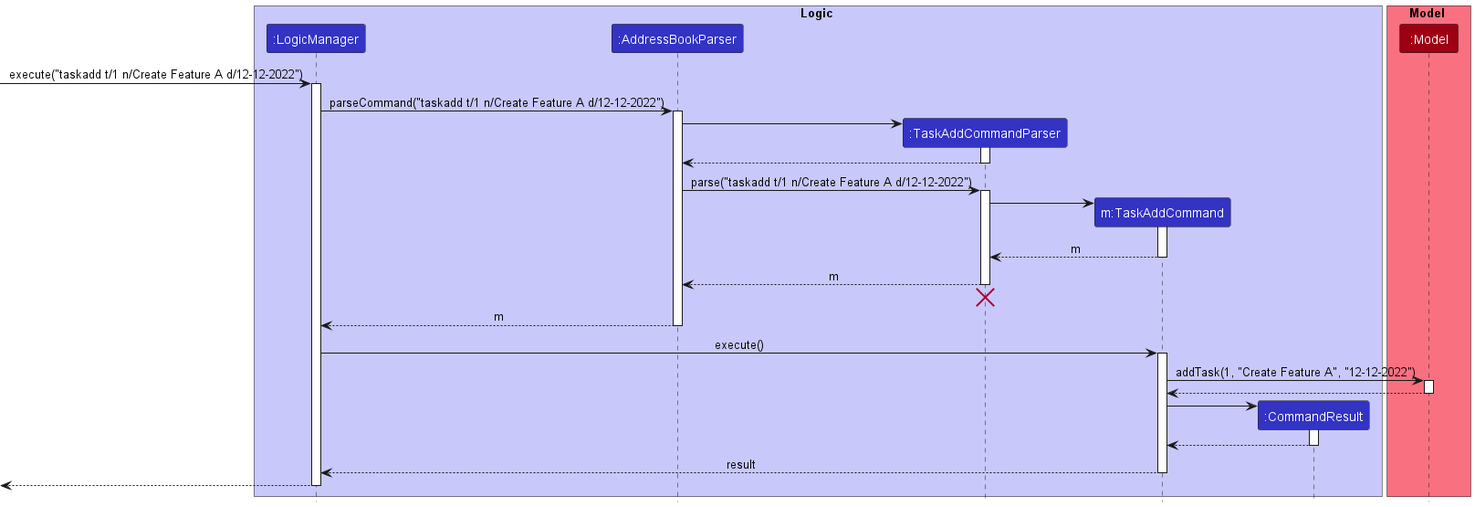
nus-cs2103-AY2223S1/tp keeps this PlantUML diagram as docs/images/TaskAddSequenceDiagram.png. Above is the earlier version.
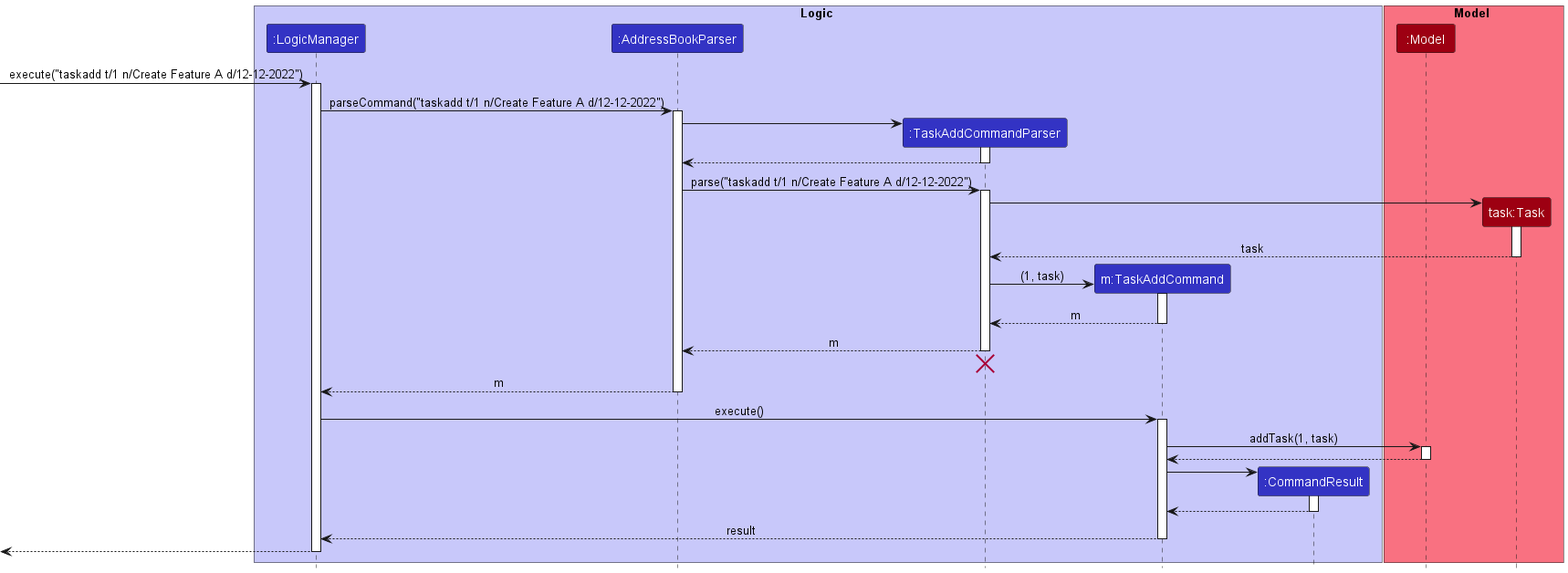
After the change.

Commit message:
Update TaskAdd sequence diagram

Diff of the diagram source:
```diff
@@ -11,6 +11,7 @@
 
 box Model MODEL_COLOR_T1
 participant ":Model" as Model MODEL_COLOR
+participant "task:Task" as Task MODEL_COLOR
 end box
 
 [-> LogicManager : execute("taskadd t/1 n/Create Feature A d/12-12-2022")
@@ -29,8 +30,15 @@
 AddressBookParser -> TaskAddCommandParser : parse("taskadd t/1 n/Create Feature A d/12-12-2022")
 activate TaskAddCommandParser
 
+create Task
+TaskAddCommandParser -> Task
+activate Task
+
+Task --> TaskAddCommandParser : task
+deactivate Task
+
 create TaskAddCommand
-TaskAddCommandParser -> TaskAddCommand
+TaskAddCommandParser -> TaskAddCommand : (1, task)
 activate TaskAddCommand
 
 TaskAddCommand --> TaskAddCommandParser : m
@@ -47,7 +55,7 @@
 LogicManager -> TaskAddCommand : execute()
 activate TaskAddCommand
 
-TaskAddCommand -> Model : addTask(1, "Create Feature A", "12-12-2022")
+TaskAddCommand -> Model : addTask(1, task)
 activate Model
 
 Model --> TaskAddCommand
```
